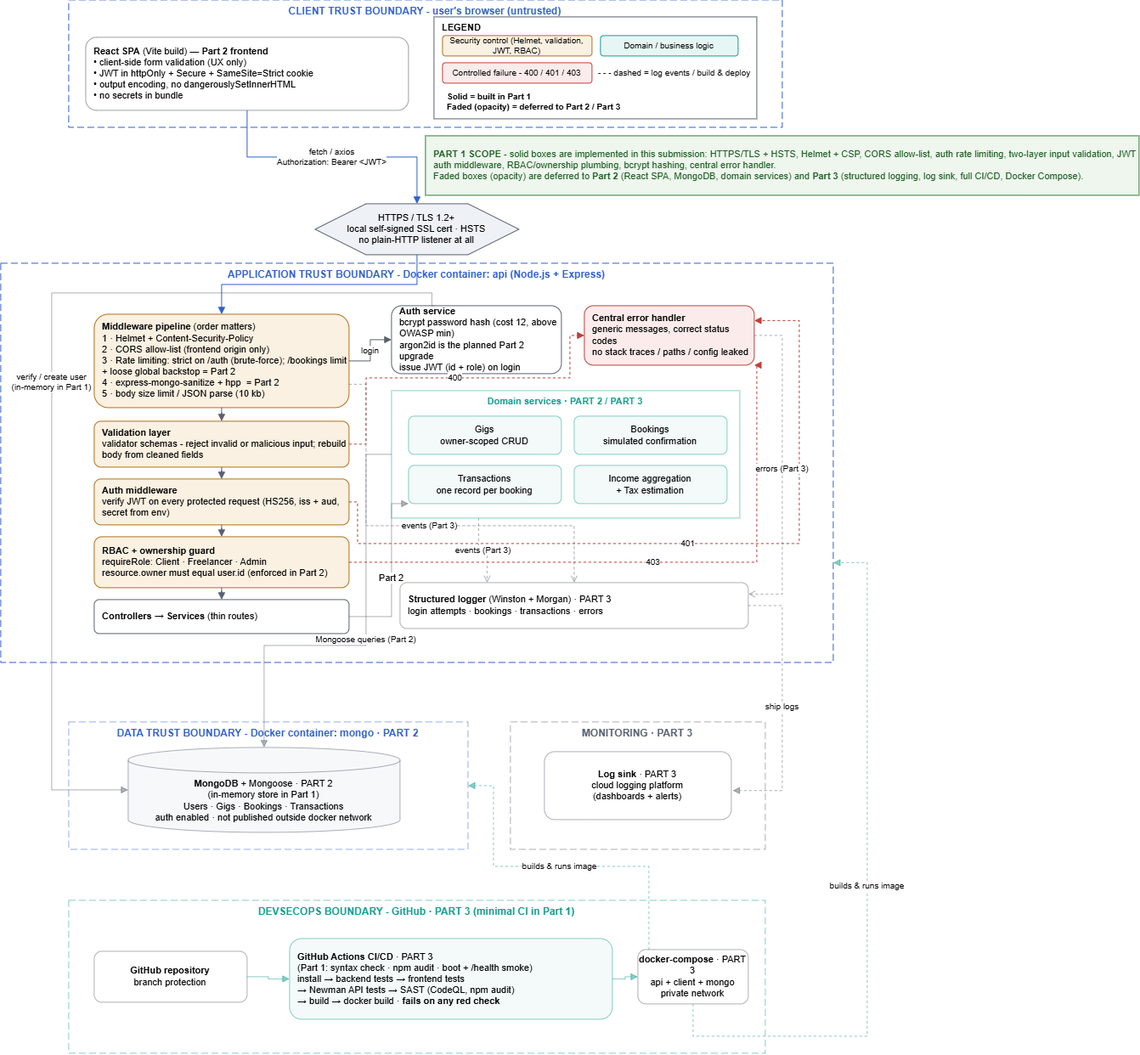
PatrickS-04/HustleHub_Freelance_Platform keeps this draw.io diagram as HustleHubArchitecture.png. Above is the earlier version. Source tidied: cells renumbered, new cells last; positions are measured from the earlier drawing's top-left corner, leaving out a move shared by most shapes.
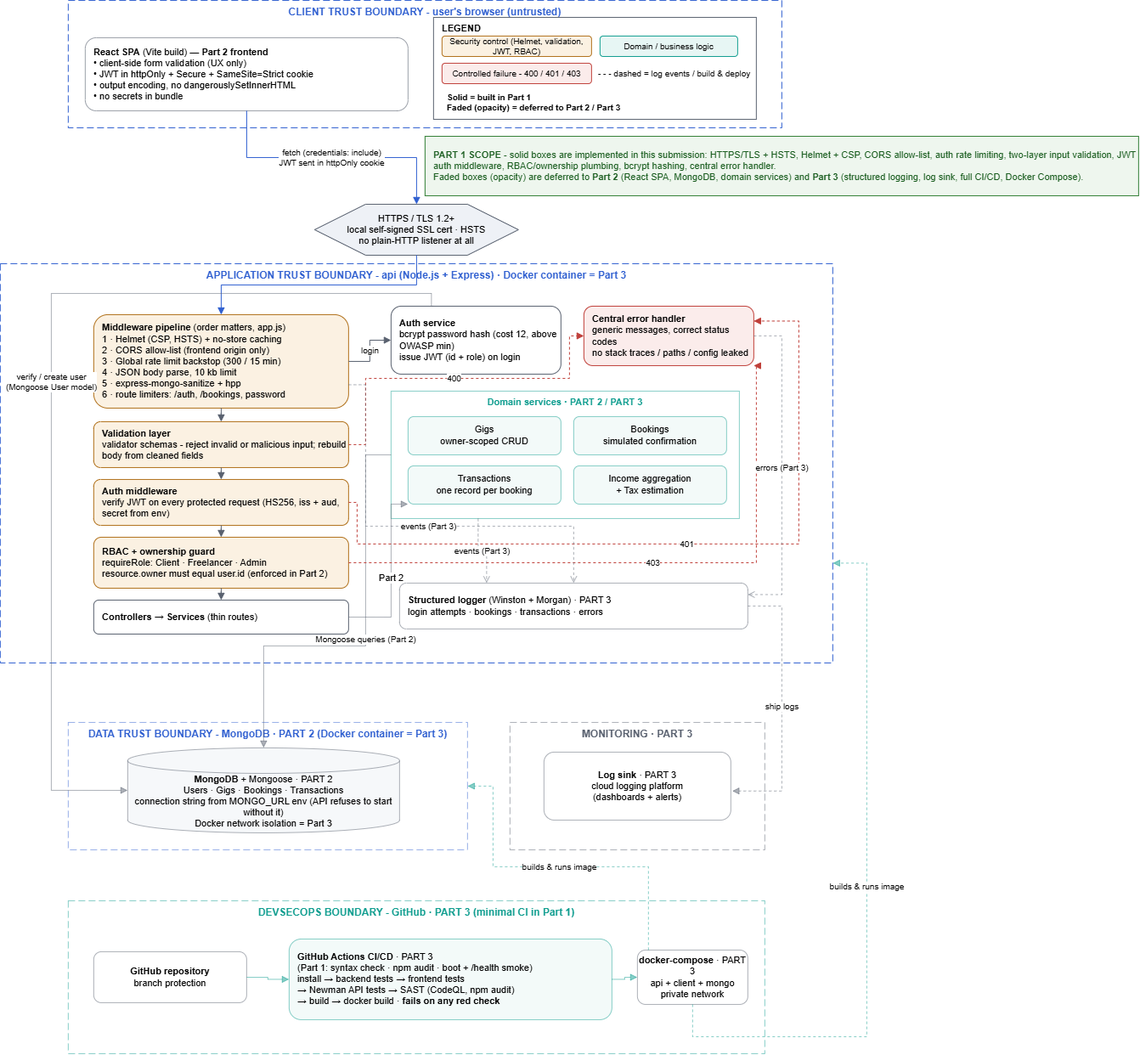
The same diagram one commit later.

Commit message:
updated arc diagram

The edit, as a diff of the source:
```diff
@@ -8,10 +8,10 @@
     <mxCell id="3" value="CLIENT TRUST BOUNDARY - user's browser (untrusted)" style="rounded=0;whiteSpace=wrap;html=1;fillColor=none;strokeColor=#2F5FD0;dashed=1;dashPattern=8 4;verticalAlign=top;fontStyle=1;fontColor=#2F5FD0;fontSize=12;arcSize=2;" parent="1" vertex="1">
       <mxGeometry x="80" width="840" height="150" as="geometry" />
     </mxCell>
-    <mxCell id="4" value="APPLICATION TRUST BOUNDARY - Docker container: api  (Node.js + Express)" style="rounded=0;whiteSpace=wrap;html=1;fillColor=none;strokeColor=#2F5FD0;dashed=1;dashPattern=8 4;verticalAlign=top;fontStyle=1;fontColor=#2F5FD0;fontSize=12;" parent="1" vertex="1">
+    <mxCell id="4" value="APPLICATION TRUST BOUNDARY - api (Node.js + Express)   ·   Docker container = Part 3" style="rounded=0;whiteSpace=wrap;html=1;fillColor=none;strokeColor=#2F5FD0;dashed=1;dashPattern=8 4;verticalAlign=top;fontStyle=1;fontColor=#2F5FD0;fontSize=12;" parent="1" vertex="1">
       <mxGeometry y="310" width="980" height="470" as="geometry" />
     </mxCell>
-    <mxCell id="5" value="DATA TRUST BOUNDARY - Docker container: mongo   ·   PART 2" style="rounded=0;whiteSpace=wrap;html=1;fillColor=none;strokeColor=#2F5FD0;dashed=1;dashPattern=8 4;verticalAlign=top;fontStyle=1;fontColor=#2F5FD0;fontSize=12;opacity=50;" parent="1" vertex="1">
+    <mxCell id="5" value="DATA TRUST BOUNDARY - MongoDB   ·   PART 2 (Docker container = Part 3)" style="rounded=0;whiteSpace=wrap;html=1;fillColor=none;strokeColor=#2F5FD0;dashed=1;dashPattern=8 4;verticalAlign=top;fontStyle=1;fontColor=#2F5FD0;fontSize=12;opacity=50;" parent="1" vertex="1">
       <mxGeometry x="80" y="850" width="470" height="150" as="geometry" />
     </mxCell>
     <mxCell id="6" value="MONITORING   ·   PART 3" style="rounded=0;whiteSpace=wrap;html=1;fillColor=none;strokeColor=#59616F;dashed=1;dashPattern=8 4;verticalAlign=top;fontStyle=1;fontColor=#59616F;fontSize=12;opacity=50;" parent="1" vertex="1">
@@ -26,7 +26,7 @@
     <mxCell id="9" value="HTTPS / TLS 1.2+&lt;br&gt;local self-signed SSL cert · HSTS&lt;br&gt;no plain-HTTP listener at all" style="shape=hexagon;perimeter=hexagonPerimeter2;whiteSpace=wrap;html=1;fillColor=#EEF1F6;strokeColor=#59616F;fontSize=11;" parent="1" vertex="1">
       <mxGeometry x="370" y="240" width="240" height="60" as="geometry" />
     </mxCell>
-    <mxCell id="10" value="&lt;b&gt;Middleware pipeline&lt;/b&gt; (order matters)&lt;br&gt;1 · Helmet + Content-Security-Policy&lt;br&gt;2 · CORS allow-list (frontend origin only)&lt;br&gt;3 · Rate limiting: strict on /auth (brute-force); /bookings limit + loose global backstop = Part 2&lt;br&gt;4 · express-mongo-sanitize + hpp&amp;nbsp; = Part 2&lt;br&gt;5 · body size limit / JSON parse (10 kb)" style="rounded=1;whiteSpace=wrap;html=1;fillColor=#FBF1E2;strokeColor=#B0701A;fontSize=11;align=left;spacingLeft=8;" parent="1" vertex="1">
+    <mxCell id="10" value="&lt;b&gt;Middleware pipeline&lt;/b&gt; (order matters, app.js)&lt;br&gt;1 · Helmet (CSP, HSTS) + no-store caching&lt;br&gt;2 · CORS allow-list (frontend origin only)&lt;br&gt;3 · Global rate limit backstop (300 / 15 min)&lt;br&gt;4 · JSON body parse, 10 kb limit&lt;br&gt;5 · express-mongo-sanitize + hpp&lt;br&gt;6 · route limiters: /auth, /bookings, password" style="rounded=1;whiteSpace=wrap;html=1;fillColor=#FBF1E2;strokeColor=#B0701A;fontSize=11;align=left;spacingLeft=8;" parent="1" vertex="1">
       <mxGeometry x="110" y="370" width="300" height="110" as="geometry" />
     </mxCell>
     <mxCell id="11" value="&lt;b&gt;Validation layer&lt;/b&gt;&lt;br&gt;validator schemas - reject invalid or malicious input; rebuild body from cleaned fields" style="rounded=1;whiteSpace=wrap;html=1;fillColor=#FBF1E2;strokeColor=#B0701A;fontSize=11;align=left;spacingLeft=8;" parent="1" vertex="1">
@@ -41,7 +41,7 @@
     <mxCell id="14" value="&lt;b&gt;Controllers → Services&lt;/b&gt; (thin routes)" style="rounded=1;whiteSpace=wrap;html=1;fillColor=#FFFFFF;strokeColor=#59616F;fontSize=11;align=left;spacingLeft=8;" parent="1" vertex="1">
       <mxGeometry x="110" y="706" width="300" height="40" as="geometry" />
     </mxCell>
-    <mxCell id="15" value="&lt;b&gt;Auth service&lt;/b&gt;&lt;br&gt;bcrypt password hash (cost 12, above OWASP min)&lt;br&gt;argon2id is the planned Part 2 upgrade&lt;br&gt;issue JWT (id + role) on login" style="rounded=1;whiteSpace=wrap;html=1;fillColor=#FFFFFF;strokeColor=#59616F;fontSize=11;align=left;spacingLeft=8;" parent="1" vertex="1">
+    <mxCell id="15" value="&lt;b&gt;Auth service&lt;/b&gt;&lt;br&gt;bcrypt password hash (cost 12, above OWASP min)&lt;br&gt;issue JWT (id + role) on login" style="rounded=1;whiteSpace=wrap;html=1;fillColor=#FFFFFF;strokeColor=#59616F;fontSize=11;align=left;spacingLeft=8;" parent="1" vertex="1">
       <mxGeometry x="460" y="360" width="200" height="80" as="geometry" />
     </mxCell>
     <mxCell id="16" value="&lt;b&gt;Central error handler&lt;/b&gt;&lt;br&gt;generic messages, correct status codes&lt;br&gt;no stack traces / paths / config leaked" style="rounded=1;whiteSpace=wrap;html=1;fillColor=#FBECEB;strokeColor=#BF3F39;fontSize=11;align=left;spacingLeft=8;" parent="1" vertex="1">
@@ -65,7 +65,7 @@
     <mxCell id="22" value="&lt;b&gt;Structured logger&lt;/b&gt; (Winston + Morgan)   ·   PART 3&lt;br&gt;login attempts · bookings · transactions · errors" style="rounded=1;whiteSpace=wrap;html=1;fillColor=#FFFFFF;strokeColor=#59616F;fontSize=11;align=left;spacingLeft=8;opacity=50;" parent="1" vertex="1">
       <mxGeometry x="470" y="686" width="410" height="54" as="geometry" />
     </mxCell>
-    <mxCell id="23" value="&lt;b&gt;MongoDB&lt;/b&gt; + Mongoose   ·   PART 2&lt;br&gt;(in-memory store in Part 1)&lt;br&gt;Users · Gigs · Bookings · Transactions&lt;br&gt;auth enabled · not published outside docker network" style="shape=cylinder3;boundedLbl=1;whiteSpace=wrap;html=1;fillColor=#EEF1F6;strokeColor=#59616F;fontSize=11;opacity=50;" parent="1" vertex="1">
+    <mxCell id="23" value="&lt;b&gt;MongoDB&lt;/b&gt; + Mongoose   ·   PART 2&lt;br&gt;Users · Gigs · Bookings · Transactions&lt;br&gt;connection string from MONGO_URL env (API refuses to start without it)&lt;br&gt;Docker network isolation = Part 3" style="shape=cylinder3;boundedLbl=1;whiteSpace=wrap;html=1;fillColor=#EEF1F6;strokeColor=#59616F;fontSize=11;opacity=50;" parent="1" vertex="1">
       <mxGeometry x="150" y="880" width="320" height="100" as="geometry" />
     </mxCell>
     <mxCell id="24" value="&lt;b&gt;Log sink&lt;/b&gt;   ·   PART 3&lt;br&gt;cloud logging platform&lt;br&gt;(dashboards + alerts)" style="rounded=1;whiteSpace=wrap;html=1;fillColor=#FFFFFF;strokeColor=#59616F;fontSize=11;opacity=50;" parent="1" vertex="1">
@@ -80,7 +80,7 @@
     <mxCell id="27" value="&lt;b&gt;docker-compose&lt;/b&gt;   ·   PART 3&lt;br&gt;api + client + mongo&lt;br&gt;private network" style="rounded=1;whiteSpace=wrap;html=1;fillColor=#FFFFFF;strokeColor=#59616F;fontSize=11;opacity=50;" parent="1" vertex="1">
       <mxGeometry x="750" y="1118" width="130" height="64" as="geometry" />
     </mxCell>
-    <mxCell id="28" value="fetch / axios&#10;Authorization: Bearer &amp;lt;JWT&amp;gt;" style="edgeStyle=orthogonalEdgeStyle;rounded=0;html=1;strokeColor=#2F5FD0;fontSize=10;endArrow=block;" parent="1" edge="1" source="8" target="9">
+    <mxCell id="28" value="fetch (credentials: include)&#10;JWT sent in httpOnly cookie" style="edgeStyle=orthogonalEdgeStyle;rounded=0;html=1;strokeColor=#2F5FD0;fontSize=10;endArrow=block;" parent="1" edge="1" source="8" target="9">
       <mxGeometry relative="1" as="geometry" />
     </mxCell>
     <mxCell id="29" style="edgeStyle=orthogonalEdgeStyle;rounded=0;html=1;strokeColor=#2F5FD0;fontSize=10;endArrow=block;" parent="1" edge="1" source="9" target="10">
@@ -115,7 +115,7 @@
         </Array>
       </mxGeometry>
     </mxCell>
-    <mxCell id="36" value="verify / create user&#10;(in-memory in Part 1)" style="edgeStyle=orthogonalEdgeStyle;rounded=0;html=1;strokeColor=#59616F;fontSize=10;endArrow=block;exitX=0.25;exitY=0;entryX=0;entryY=0.5;exitDx=0;exitDy=0;entryDx=0;entryDy=0;entryPerimeter=0;opacity=50;" parent="1" edge="1" source="15" target="23">
+    <mxCell id="36" value="verify / create user&#10;(Mongoose User model)" style="edgeStyle=orthogonalEdgeStyle;rounded=0;html=1;strokeColor=#59616F;fontSize=10;endArrow=block;exitX=0.25;exitY=0;entryX=0;entryY=0.5;exitDx=0;exitDy=0;entryDx=0;entryDy=0;entryPerimeter=0;opacity=50;" parent="1" edge="1" source="15" target="23">
       <mxGeometry relative="1" as="geometry">
         <Array as="points">
           <mxPoint x="507.5" y="345" />
```
